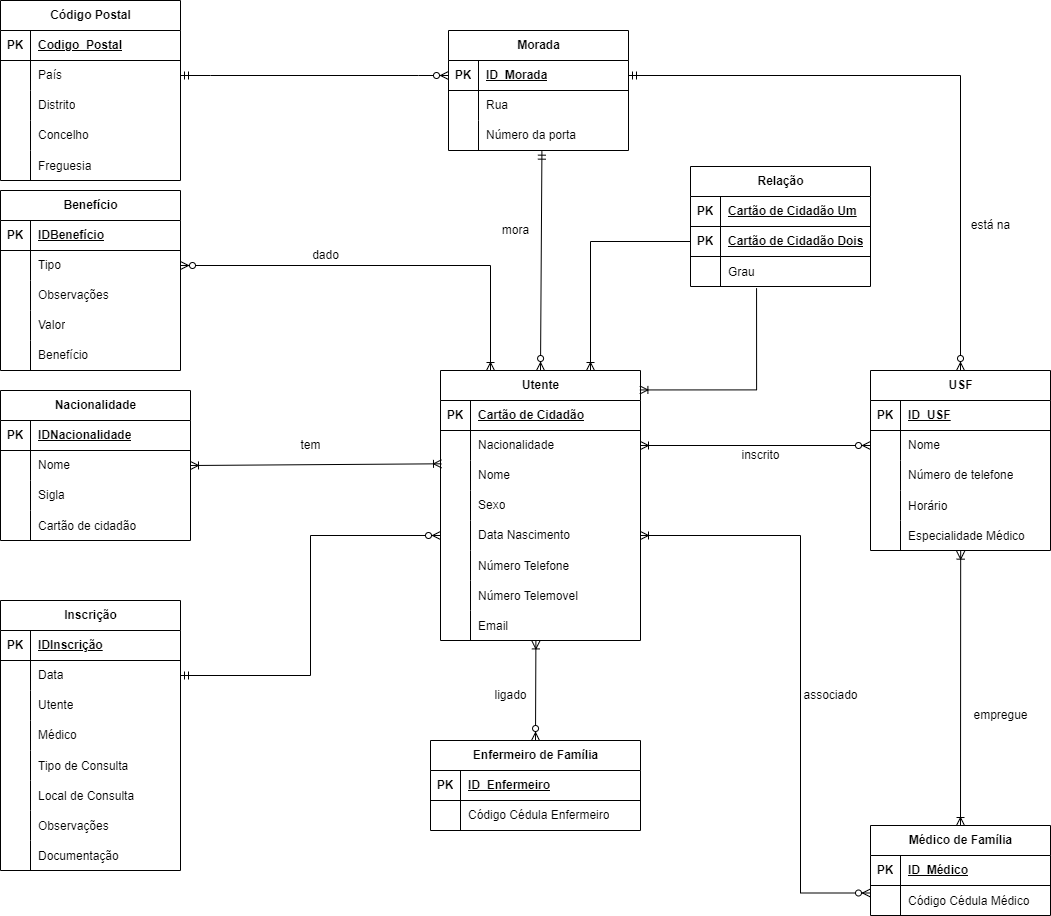
Before: Diagramas/ER/RNU_ER.png, a diagram exported from draw.io (xaloftal/RCE). Source tidied: cells renumbered, new cells last; positions are measured from the earlier drawing's top-left corner, leaving out a move shared by most shapes.
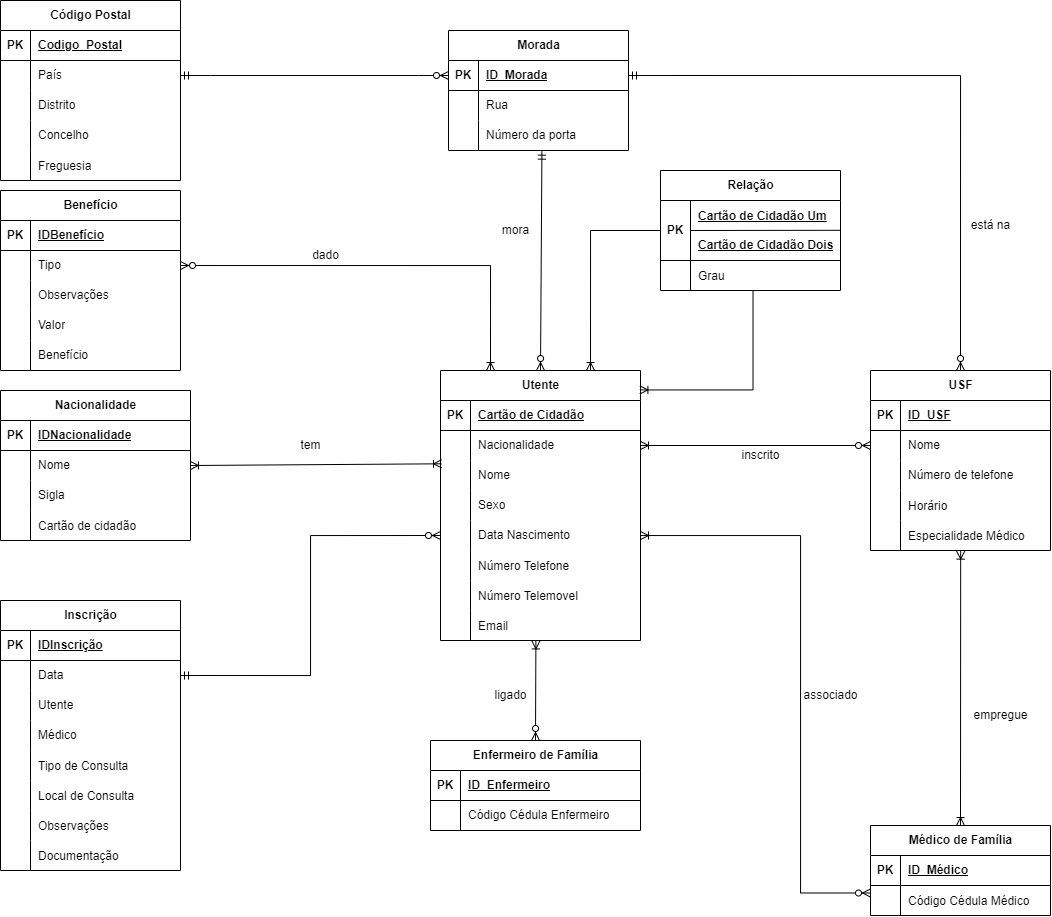
Later version of the same file.

Change to the diagram source:
```diff
@@ -467,26 +467,17 @@
       <mxGeometry relative="1" as="geometry" />
     </mxCell>
     <mxCell id="155" value="Relação" style="shape=table;startSize=30;rowLines=0;fontStyle=1;align=center;html=1;" parent="1" vertex="1">
-      <mxGeometry x="690" y="166" width="180" height="120" as="geometry" />
+      <mxGeometry x="660" y="170" width="180" height="120" as="geometry" />
     </mxCell>
-    <mxCell id="156" style="shape=tableRow;horizontal=0;startSize=0;swimlaneHead=0;swimlaneBody=0;fillColor=none;top=0;left=0;right=0;bottom=1;" parent="155" vertex="1">
-      <mxGeometry y="30" width="180" height="30" as="geometry" />
-    </mxCell>
-    <mxCell id="157" value="PK" style="shape=partialRectangle;fillColor=none;top=0;left=0;bottom=0;right=0;fontStyle=1;overflow=hidden;whiteSpace=wrap;html=1;" parent="156" vertex="1">
-      <mxGeometry width="30" height="30" as="geometry" />
-    </mxCell>
-    <mxCell id="158" value="Cartão de Cidadão Um" style="shape=partialRectangle;fillColor=none;top=0;left=0;bottom=0;right=0;align=left;spacingLeft=6;fontStyle=5;overflow=hidden;whiteSpace=wrap;html=1;" parent="156" vertex="1">
-      <mxGeometry x="30" width="150" height="30" as="geometry" />
-    </mxCell>
-    <mxCell id="159" style="shape=tableRow;horizontal=0;startSize=0;swimlaneHead=0;swimlaneBody=0;fillColor=none;points=[[0,0.5],[1,0.5]];portConstraint=eastwest;top=0;left=0;right=0;bottom=1;" parent="155" vertex="1">
-      <mxGeometry y="60" width="180" height="30" as="geometry" />
-    </mxCell>
-    <mxCell id="160" value="PK" style="shape=partialRectangle;fillColor=none;top=0;left=0;bottom=0;right=0;fontStyle=1;overflow=hidden;whiteSpace=wrap;html=1;" parent="159" vertex="1">
-      <mxGeometry width="30" height="30" as="geometry" />
-    </mxCell>
-    <mxCell id="161" value="Cartão de Cidadão Dois" style="shape=partialRectangle;fillColor=none;top=0;left=0;bottom=0;right=0;align=left;spacingLeft=6;fontStyle=5;overflow=hidden;whiteSpace=wrap;html=1;" parent="159" vertex="1">
-      <mxGeometry x="30" width="150" height="30" as="geometry" />
-    </mxCell>
+    <mxCell id="167" style="shape=tableRow;horizontal=0;startSize=0;swimlaneHead=0;swimlaneBody=0;fillColor=none;points=[[0,0.5],[1,0.5]];portConstraint=eastwest;top=0;left=0;right=0;bottom=0;strokeColor=default;align=center;verticalAlign=middle;fontFamily=Helvetica;fontSize=12;fontColor=default;html=1;" parent="155" vertex="1">
+      <mxGeometry y="30" width="180" height="60" as="geometry" />
+    </mxCell>
+    <mxCell id="168" value="&lt;b&gt;PK&lt;/b&gt;" style="shape=partialRectangle;fillColor=none;top=0;left=0;bottom=0;right=0;overflow=hidden;strokeColor=default;align=center;verticalAlign=middle;fontFamily=Helvetica;fontSize=12;fontColor=default;html=1;" parent="167" vertex="1">
+      <mxGeometry width="30" height="60" as="geometry" />
+    </mxCell>
+    <mxCell id="169" value="&lt;b&gt;&lt;u&gt;Cartão de Cidadão Um&lt;br&gt;&lt;br&gt;Cartão de Cidadão Dois&lt;/u&gt;&lt;/b&gt;" style="shape=partialRectangle;fillColor=none;top=0;left=0;bottom=0;right=0;align=left;spacingLeft=6;overflow=hidden;strokeColor=default;verticalAlign=middle;fontFamily=Helvetica;fontSize=12;fontColor=default;html=1;" parent="167" vertex="1">
+      <mxGeometry x="30" width="150" height="60" as="geometry" />
+    </mxCell>
     <mxCell id="162" style="shape=tableRow;horizontal=0;startSize=0;swimlaneHead=0;swimlaneBody=0;fillColor=none;points=[[0,0.5],[1,0.5]];portConstraint=eastwest;top=0;left=0;right=0;bottom=0;" parent="155" vertex="1">
       <mxGeometry y="90" width="180" height="30" as="geometry" />
     </mxCell>
@@ -496,15 +487,27 @@
     <mxCell id="164" value="Grau" style="shape=partialRectangle;fillColor=none;top=0;left=0;bottom=0;right=0;align=left;spacingLeft=6;overflow=hidden;" parent="162" vertex="1">
       <mxGeometry x="30" width="150" height="30" as="geometry" />
     </mxCell>
-    <mxCell id="165" style="edgeStyle=orthogonalEdgeStyle;fontSize=12;html=1;endArrow=ERoneToMany;rounded=0;entryX=0.75;entryY=0;entryDx=0;entryDy=0;exitX=0;exitY=0.5;exitDx=0;exitDy=0;" parent="1" edge="1" source="159" target="2">
+    <mxCell id="165" style="edgeStyle=orthogonalEdgeStyle;fontSize=12;html=1;endArrow=ERoneToMany;rounded=0;entryX=0.75;entryY=0;entryDx=0;entryDy=0;exitX=0;exitY=0.5;exitDx=0;exitDy=0;" parent="1" edge="1" source="167" target="2">
       <mxGeometry relative="1" as="geometry" />
     </mxCell>
-    <mxCell id="166" style="edgeStyle=orthogonalEdgeStyle;fontSize=12;html=1;endArrow=ERoneToMany;rounded=0;entryX=0.997;entryY=0.072;entryDx=0;entryDy=0;exitX=0.367;exitY=1.056;exitDx=0;exitDy=0;entryPerimeter=0;exitPerimeter=0;" parent="1" edge="1" source="162" target="2">
+    <mxCell id="166" style="edgeStyle=orthogonalEdgeStyle;fontSize=12;html=1;endArrow=ERoneToMany;rounded=0;entryX=0.997;entryY=0.072;entryDx=0;entryDy=0;entryPerimeter=0;exitX=0.514;exitY=0.983;exitDx=0;exitDy=0;exitPerimeter=0;" parent="1" edge="1" source="162" target="2">
       <mxGeometry relative="1" as="geometry">
         <Array as="points">
-          <mxPoint x="756" y="389" />
+          <mxPoint x="753" y="389" />
         </Array>
       </mxGeometry>
     </mxCell>
+    <mxCell id="170" style="endArrow=none;html=1;rounded=0;fontFamily=Helvetica;fontSize=12;fontColor=default;" parent="1" edge="1">
+      <mxGeometry relative="1" as="geometry">
+        <mxPoint x="660" y="260" as="sourcePoint" />
+        <mxPoint x="840" y="260" as="targetPoint" />
+      </mxGeometry>
+    </mxCell>
+    <mxCell id="171" style="endArrow=none;html=1;rounded=0;fontFamily=Helvetica;fontSize=12;fontColor=default;" parent="1" edge="1">
+      <mxGeometry relative="1" as="geometry">
+        <mxPoint x="690" y="230" as="sourcePoint" />
+        <mxPoint x="840" y="229.8" as="targetPoint" />
+      </mxGeometry>
+    </mxCell>
   </root>
 </mxGraphModel>
```
